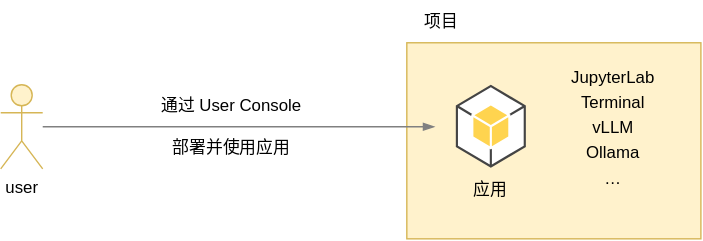
t9k/ucman keeps this draw.io diagram as src/assets/overview/use-user-console.drawio.svg. Above is the earlier version. Source tidied: cells renumbered, new cells last; positions are measured from the earlier drawing's top-left corner, leaving out a move shared by most shapes.
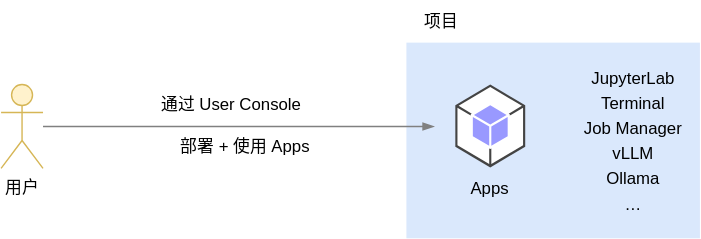
The same diagram one commit later.

Diff of the diagram source:
```diff
@@ -2,25 +2,25 @@
   <root>
     <mxCell id="0" />
     <mxCell id="1" parent="0" />
-    <mxCell id="2" style="rounded=0;whiteSpace=wrap;html=1;fillColor=#fff2cc;strokeColor=#d6b656;" parent="1" vertex="1">
+    <mxCell id="2" style="rounded=0;whiteSpace=wrap;html=1;fillColor=#dae8fc;strokeColor=none;" parent="1" vertex="1">
       <mxGeometry x="290" y="30" width="210" height="140" as="geometry" />
     </mxCell>
     <mxCell id="3" value="通过 User Console" style="text;html=1;strokeColor=none;fillColor=none;align=center;verticalAlign=middle;whiteSpace=wrap;rounded=0;" parent="1" vertex="1">
       <mxGeometry x="110" y="60" width="110" height="30" as="geometry" />
     </mxCell>
-    <mxCell id="4" value="&lt;p style=&quot;line-height: 50%;&quot;&gt;JupyterLab&lt;/p&gt;&lt;p style=&quot;line-height: 50%;&quot;&gt;Terminal&lt;/p&gt;&lt;p style=&quot;line-height: 50%;&quot;&gt;vLLM&lt;/p&gt;&lt;p style=&quot;line-height: 50%;&quot;&gt;&lt;span style=&quot;background-color: initial;&quot;&gt;Ollama&lt;/span&gt;&lt;/p&gt;&lt;p style=&quot;line-height: 50%;&quot;&gt;…&lt;/p&gt;" style="text;html=1;strokeColor=none;fillColor=none;align=center;verticalAlign=middle;whiteSpace=wrap;rounded=0;" parent="1" vertex="1">
-      <mxGeometry x="405" y="40" width="65" height="100" as="geometry" />
+    <mxCell id="4" value="&lt;p style=&quot;line-height: 50%;&quot;&gt;JupyterLab&lt;/p&gt;&lt;p style=&quot;line-height: 50%;&quot;&gt;Terminal&lt;/p&gt;&lt;p style=&quot;line-height: 50%;&quot;&gt;Job Manager&lt;/p&gt;&lt;p style=&quot;line-height: 50%;&quot;&gt;vLLM&lt;/p&gt;&lt;p style=&quot;line-height: 50%;&quot;&gt;&lt;span style=&quot;background-color: initial;&quot;&gt;Ollama&lt;/span&gt;&lt;/p&gt;&lt;p style=&quot;line-height: 50%;&quot;&gt;…&lt;/p&gt;" style="text;html=1;strokeColor=none;fillColor=none;align=center;verticalAlign=middle;whiteSpace=wrap;rounded=0;" parent="1" vertex="1">
+      <mxGeometry x="410" y="50" width="85" height="100" as="geometry" />
     </mxCell>
-    <mxCell id="5" value="部署并使用应用" style="text;html=1;strokeColor=none;fillColor=none;align=center;verticalAlign=middle;whiteSpace=wrap;rounded=0;" parent="1" vertex="1">
-      <mxGeometry x="120" y="90" width="90" height="30" as="geometry" />
+    <mxCell id="5" value="部署 + 使用 Apps" style="text;html=1;strokeColor=none;fillColor=none;align=center;verticalAlign=middle;whiteSpace=wrap;rounded=0;" parent="1" vertex="1">
+      <mxGeometry x="120" y="90" width="110" height="30" as="geometry" />
     </mxCell>
-    <mxCell id="6" value="应用" style="text;html=1;strokeColor=none;fillColor=none;align=center;verticalAlign=middle;whiteSpace=wrap;rounded=0;" parent="1" vertex="1">
+    <mxCell id="6" value="Apps" style="text;html=1;strokeColor=none;fillColor=none;align=center;verticalAlign=middle;whiteSpace=wrap;rounded=0;" parent="1" vertex="1">
       <mxGeometry x="320" y="120" width="60" height="30" as="geometry" />
     </mxCell>
     <mxCell id="7" value="项目" style="text;html=1;strokeColor=none;fillColor=none;align=center;verticalAlign=middle;whiteSpace=wrap;rounded=0;" parent="1" vertex="1">
       <mxGeometry x="290" width="50" height="30" as="geometry" />
     </mxCell>
-    <mxCell id="8" value="user" style="shape=umlActor;verticalLabelPosition=bottom;verticalAlign=top;html=1;outlineConnect=0;fillColor=#fff2cc;strokeColor=#d6b656;strokeWidth=1;" parent="1" vertex="1">
+    <mxCell id="8" value="用户" style="shape=umlActor;verticalLabelPosition=bottom;verticalAlign=top;html=1;outlineConnect=0;fillColor=#fff2cc;strokeColor=#d6b656;strokeWidth=1;" parent="1" vertex="1">
       <mxGeometry y="60" width="30" height="60" as="geometry" />
     </mxCell>
     <mxCell id="9" style="edgeStyle=none;html=1;fontColor=#FFFFFF;strokeColor=#808080;endArrow=blockThin;endFill=1;" parent="1" edge="1" source="8">
@@ -28,7 +28,7 @@
         <mxPoint x="310" y="90" as="targetPoint" />
       </mxGeometry>
     </mxCell>
-    <mxCell id="10" style="dashed=0;verticalLabelPosition=bottom;verticalAlign=top;align=center;html=1;shape=mxgraph.aws3.android;fillColor=#FFD44F;gradientColor=none;" parent="1" vertex="1">
+    <mxCell id="10" style="dashed=0;verticalLabelPosition=bottom;verticalAlign=top;align=center;html=1;shape=mxgraph.aws3.android;fillColor=#9999FF;gradientColor=none;" parent="1" vertex="1">
       <mxGeometry x="325" y="60" width="50" height="59.3" as="geometry" />
     </mxCell>
   </root>
```
